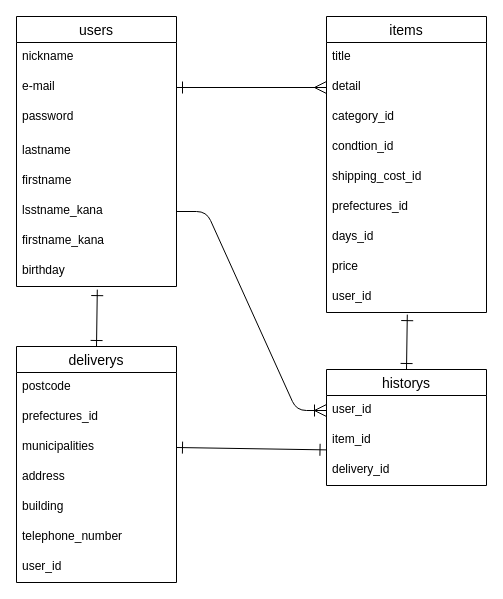
This is furima.dio from nininishishishi/furima-38733, a draw.io file, before an edit. Source tidied: cells renumbered, new cells numbered last; positions are measured from the earlier drawing's top-left corner, leaving out a move shared by most shapes. Both pictures are drawn from the tidied source at 100%, with x=0, y=0 at pixel (16, 16).
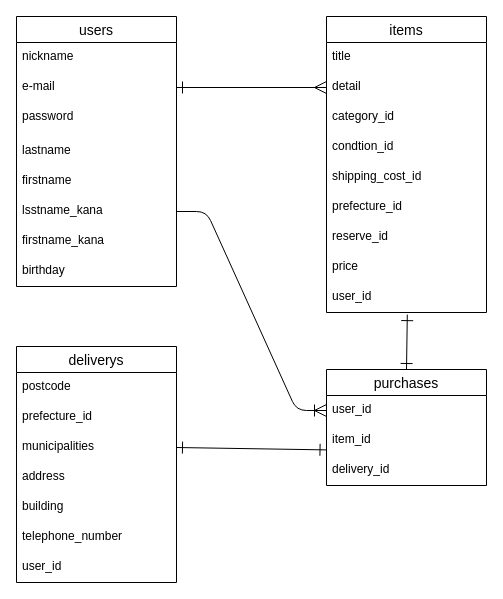
Above is the later version.

Commit message (it also covers changes not shown here):
レビュー依頼（データベース設計）#3

Unchanged cells that the change refers to:
```xml
<mxCell id="3" value="items" style="swimlane;fontStyle=0;horizontal=1;startSize=26;align=center;fontSize=14;" parent="1" vertex="1">
  <mxGeometry x="310" width="160" height="296" as="geometry" />
</mxCell>
<mxCell id="21" value="birthday" style="text;strokeColor=none;fillColor=none;spacingLeft=4;spacingRight=4;overflow=hidden;points=[[0,0.5],[1,0.5]];portConstraint=eastwest;fontSize=12;" parent="13" vertex="1">
  <mxGeometry y="240" width="160" height="30" as="geometry" />
</mxCell>
<mxCell id="23" value="deliverys" style="swimlane;fontStyle=0;horizontal=1;startSize=26;align=center;fontSize=14;" parent="1" vertex="1">
  <mxGeometry y="330" width="160" height="236" as="geometry" />
</mxCell>
```

The edit, as a diff of the source:
```diff
@@
-    <mxCell id="9" value="prefectures_id" style="text;strokeColor=none;fillColor=none;spacingLeft=4;spacingRight=4;overflow=hidden;fontSize=12;" parent="3" vertex="1">
+    <mxCell id="9" value="prefecture_id" style="text;strokeColor=none;fillColor=none;spacingLeft=4;spacingRight=4;overflow=hidden;fontSize=12;" parent="3" vertex="1">
       <mxGeometry y="176" width="160" height="30" as="geometry" />
     </mxCell>
-    <mxCell id="10" value="days_id" style="text;strokeColor=none;fillColor=none;spacingLeft=4;spacingRight=4;overflow=hidden;fontSize=12;" parent="3" vertex="1">
+    <mxCell id="10" value="reserve_id" style="text;strokeColor=none;fillColor=none;spacingLeft=4;spacingRight=4;overflow=hidden;fontSize=12;" parent="3" vertex="1">
       <mxGeometry y="206" width="160" height="30" as="geometry" />
     </mxCell>
@@
-    <mxCell id="22" style="edgeStyle=none;html=1;exitX=0.5;exitY=0;exitDx=0;exitDy=0;entryX=0.505;entryY=1.104;entryDx=0;entryDy=0;entryPerimeter=0;startArrow=ERone;startFill=0;endArrow=ERone;endFill=0;startSize=10;endSize=10;" parent="1" edge="1" source="23" target="21">
-      <mxGeometry relative="1" as="geometry" />
-    </mxCell>
@@
-    <mxCell id="25" value="prefectures_id" style="text;strokeColor=none;fillColor=none;spacingLeft=4;spacingRight=4;overflow=hidden;fontSize=12;" parent="23" vertex="1">
+    <mxCell id="25" value="prefecture_id" style="text;strokeColor=none;fillColor=none;spacingLeft=4;spacingRight=4;overflow=hidden;fontSize=12;" parent="23" vertex="1">
       <mxGeometry y="56" width="160" height="30" as="geometry" />
     </mxCell>
@@
-    <mxCell id="34" value="historys" style="swimlane;fontStyle=0;horizontal=1;startSize=26;align=center;fontSize=14;" parent="1" vertex="1">
+    <mxCell id="34" value="purchases" style="swimlane;fontStyle=0;horizontal=1;startSize=26;align=center;fontSize=14;" parent="1" vertex="1">
       <mxGeometry x="310" y="353" width="160" height="116" as="geometry" />
     </mxCell>
```
